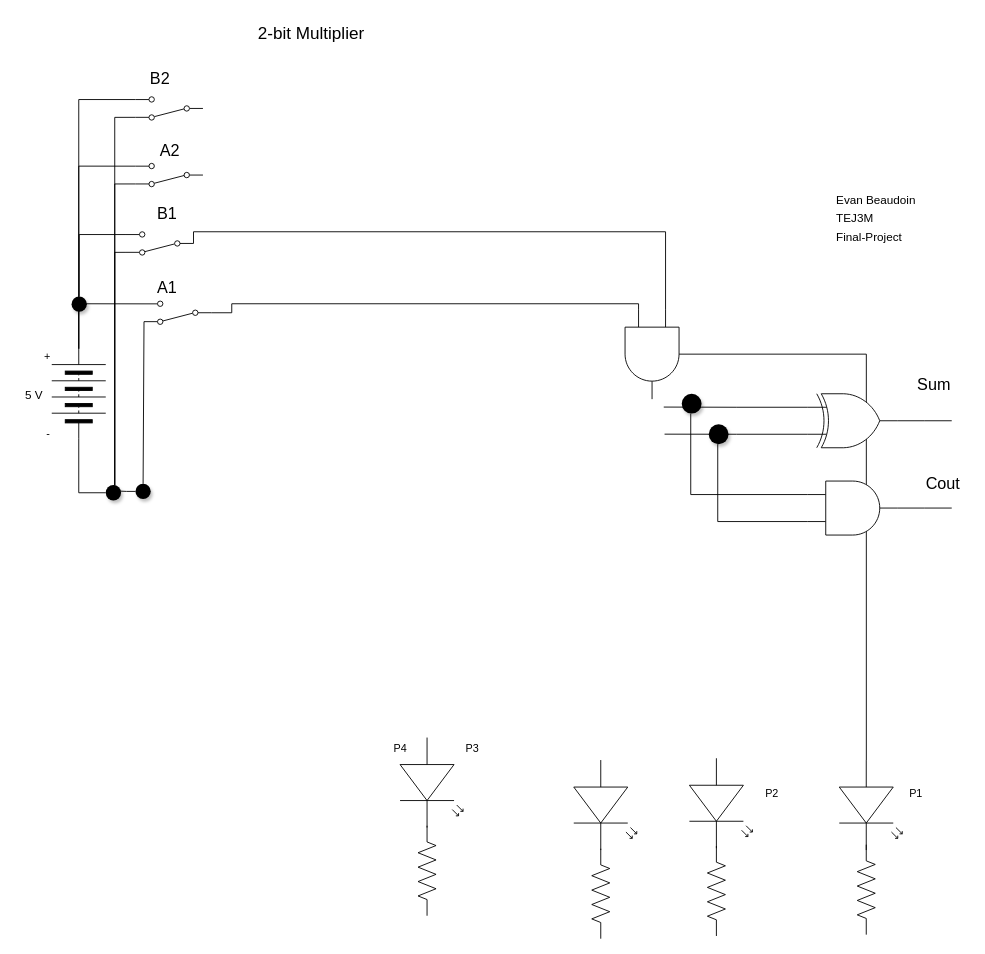
Earlier version of the draw.io diagram 2-bit/2-bit_multiplier.drawio (evan-beaudoin99/TEJ3M-Final-Project). Source tidied: cells renumbered, new cells numbered last; positions are measured from the earlier drawing's top-left corner, leaving out a move shared by most shapes. Both pictures are drawn from the tidied source at 90%, with x=0, y=0 at pixel (15, 15).
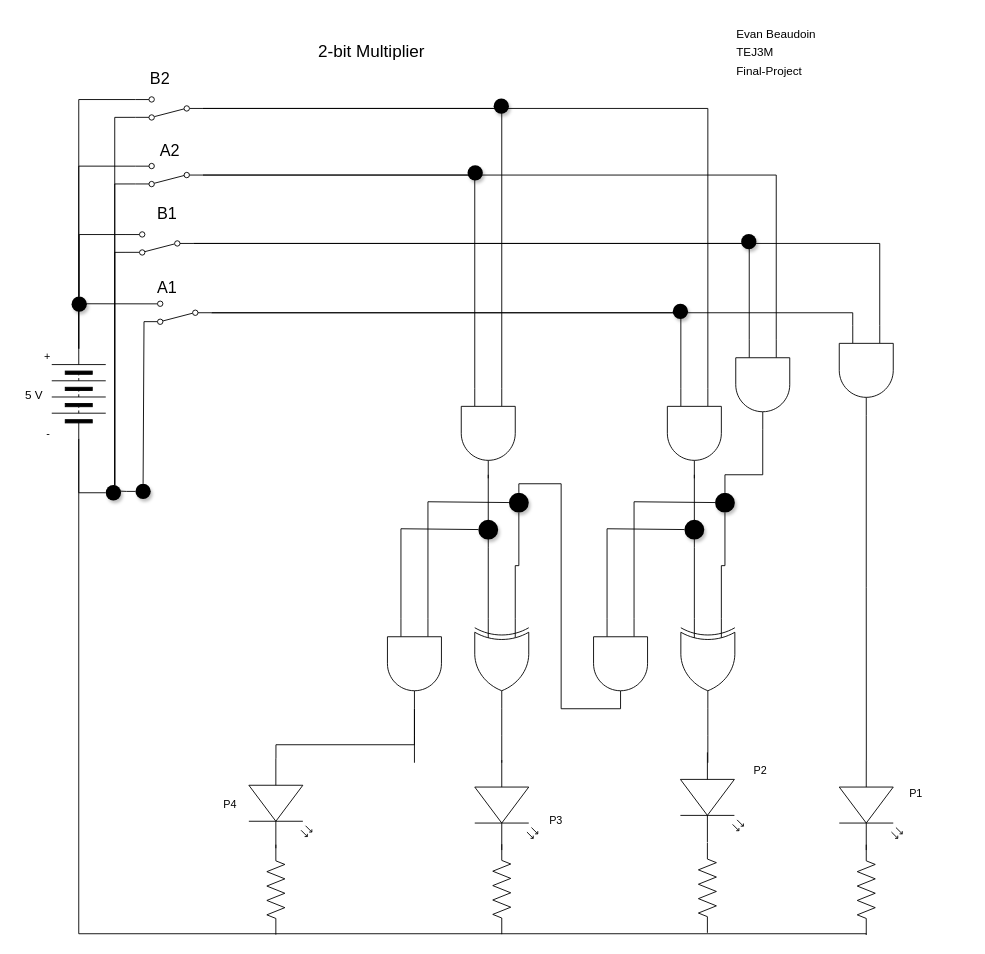
After the change.

Unchanged cells that the change refers to:
```xml
<mxCell id="5" style="verticalLabelPosition=bottom;shadow=0;dashed=0;align=center;html=1;verticalAlign=top;shape=mxgraph.electrical.miscellaneous.batteryStack;rotation=-90;" parent="1" vertex="1">
  <mxGeometry x="20" y="390" width="100" height="60" as="geometry" />
</mxCell>
<mxCell id="11" style="shape=mxgraph.electrical.electro-mechanical.twoWaySwitch;elSwitchState=2;rotation=-180;" parent="1" vertex="1">
  <mxGeometry x="142.5" y="317" width="75" height="26" as="geometry" />
</mxCell>
<mxCell id="19" style="shape=mxgraph.electrical.electro-mechanical.twoWaySwitch;elSwitchState=2;rotation=-180;" parent="1" vertex="1">
  <mxGeometry x="122.5" y="240" width="75" height="26" as="geometry" />
</mxCell>
<mxCell id="36" style="verticalLabelPosition=bottom;shadow=0;dashed=0;align=center;html=1;verticalAlign=top;shape=mxgraph.electrical.resistors.resistor_2;rotation=-90;" parent="1" vertex="1">
  <mxGeometry x="895" y="961" width="100" height="20" as="geometry" />
</mxCell>
<mxCell id="41" style="shape=mxgraph.electrical.electro-mechanical.twoWaySwitch;elSwitchState=2;rotation=-180;" parent="1" vertex="1">
  <mxGeometry x="133" y="164" width="75" height="26" as="geometry" />
</mxCell>
<mxCell id="42" style="shape=mxgraph.electrical.electro-mechanical.twoWaySwitch;elSwitchState=2;rotation=-180;" parent="1" vertex="1">
  <mxGeometry x="133" y="90" width="75" height="26" as="geometry" />
</mxCell>
```

Diff of the diagram source:
```diff
@@
     <mxCell id="8" style="verticalLabelPosition=bottom;shadow=0;dashed=0;align=center;html=1;verticalAlign=top;shape=mxgraph.electrical.opto_electronics.led_2;fontFamily=Helvetica;fontSize=11;fontColor=default;rotation=90;" parent="1" vertex="1">
-      <mxGeometry x="412" y="817" width="100" height="70" as="geometry" />
+      <mxGeometry x="244" y="840" width="100" height="70" as="geometry" />
     </mxCell>
     <mxCell id="9" value="&lt;font style=&quot;font-size: 13px;&quot;&gt;Evan Beaudoin&lt;br style=&quot;&quot;&gt;TEJ3M&lt;br&gt;Final-Project&lt;/font&gt;" style="text;html=1;align=left;verticalAlign=middle;strokeColor=none;fillColor=none;fontSize=17;fontFamily=Helvetica;fontColor=default;" parent="1" vertex="1">
-      <mxGeometry x="910" y="190" width="110" height="70" as="geometry" />
+      <mxGeometry x="799" y="5" width="110" height="70" as="geometry" />
     </mxCell>
@@
     <mxCell id="12" value="2-bit Multiplier" style="text;html=1;align=center;verticalAlign=middle;strokeColor=none;fillColor=none;fontSize=19;" parent="1" vertex="1">
-      <mxGeometry x="258" width="140" height="40" as="geometry" />
+      <mxGeometry x="325" y="20" width="140" height="40" as="geometry" />
     </mxCell>
@@
     <mxCell id="17" style="verticalLabelPosition=bottom;shadow=0;dashed=0;align=center;html=1;verticalAlign=top;shape=mxgraph.electrical.resistors.resistor_2;rotation=-90;" parent="1" vertex="1">
-      <mxGeometry x="407" y="940" width="100" height="20" as="geometry" />
+      <mxGeometry x="239" y="961" width="100" height="20" as="geometry" />
     </mxCell>
@@
     <mxCell id="27" style="edgeStyle=orthogonalEdgeStyle;rounded=0;html=1;exitX=0;exitY=0.75;exitDx=0;exitDy=0;exitPerimeter=0;entryX=0;entryY=0.5;entryDx=0;entryDy=0;endArrow=none;endFill=0;" parent="1" edge="1" source="29" target="11">
       <mxGeometry relative="1" as="geometry">
         <Array as="points">
-          <mxPoint x="692" y="320" />
-          <mxPoint x="240" y="320" />
-          <mxPoint x="240" y="330" />
+          <mxPoint x="930" y="330" />
         </Array>
       </mxGeometry>
     </mxCell>
     <mxCell id="28" style="edgeStyle=orthogonalEdgeStyle;rounded=0;html=1;exitX=0;exitY=0.25;exitDx=0;exitDy=0;exitPerimeter=0;entryX=0;entryY=0.5;entryDx=0;entryDy=0;endArrow=none;endFill=0;" parent="1" edge="1" source="29" target="19">
       <mxGeometry relative="1" as="geometry">
         <Array as="points">
-          <mxPoint x="722" y="240" />
-          <mxPoint x="197" y="240" />
+          <mxPoint x="960" y="253" />
         </Array>
       </mxGeometry>
     </mxCell>
     <mxCell id="29" style="verticalLabelPosition=bottom;shadow=0;dashed=0;align=center;html=1;verticalAlign=top;shape=mxgraph.electrical.logic_gates.logic_gate;operation=and;rotation=90;" parent="1" vertex="1">
-      <mxGeometry x="657" y="346" width="100" height="60" as="geometry" />
+      <mxGeometry x="895" y="364" width="100" height="60" as="geometry" />
     </mxCell>
     <mxCell id="30" value="P4" style="text;html=1;align=center;verticalAlign=middle;strokeColor=none;fillColor=none;" parent="1" vertex="1">
-      <mxGeometry x="407" y="800" width="40" height="30" as="geometry" />
+      <mxGeometry x="217.5" y="862" width="40" height="30" as="geometry" />
     </mxCell>
     <mxCell id="31" style="verticalLabelPosition=bottom;shadow=0;dashed=0;align=center;html=1;verticalAlign=top;shape=mxgraph.electrical.opto_electronics.led_2;fontFamily=Helvetica;fontSize=11;fontColor=default;rotation=90;" parent="1" vertex="1">
-      <mxGeometry x="605" y="842" width="100" height="70" as="geometry" />
+      <mxGeometry x="495" y="842" width="100" height="70" as="geometry" />
     </mxCell>
     <mxCell id="32" style="verticalLabelPosition=bottom;shadow=0;dashed=0;align=center;html=1;verticalAlign=top;shape=mxgraph.electrical.resistors.resistor_2;rotation=-90;" parent="1" vertex="1">
-      <mxGeometry x="600" y="965.5" width="100" height="20" as="geometry" />
+      <mxGeometry x="490" y="960.5" width="100" height="20" as="geometry" />
     </mxCell>
     <mxCell id="33" style="verticalLabelPosition=bottom;shadow=0;dashed=0;align=center;html=1;verticalAlign=top;shape=mxgraph.electrical.opto_electronics.led_2;fontFamily=Helvetica;fontSize=11;fontColor=default;rotation=90;" parent="1" vertex="1">
-      <mxGeometry x="733.5" y="840" width="100" height="70" as="geometry" />
+      <mxGeometry x="723.5" y="833.5" width="100" height="70" as="geometry" />
     </mxCell>
+    <mxCell id="57" style="edgeStyle=none;html=1;" parent="1" edge="1" source="34" target="33">
+      <mxGeometry relative="1" as="geometry" />
+    </mxCell>
     <mxCell id="34" style="verticalLabelPosition=bottom;shadow=0;dashed=0;align=center;html=1;verticalAlign=top;shape=mxgraph.electrical.resistors.resistor_2;rotation=-90;" parent="1" vertex="1">
-      <mxGeometry x="728.5" y="962.5" width="100" height="20" as="geometry" />
+      <mxGeometry x="718.5" y="959" width="100" height="20" as="geometry" />
     </mxCell>
@@
+    <mxCell id="58" style="edgeStyle=orthogonalEdgeStyle;rounded=0;html=1;entryX=0;entryY=0.5;entryDx=0;entryDy=0;endArrow=none;endFill=0;" parent="1" edge="1" source="36" target="5">
+      <mxGeometry relative="1" as="geometry">
+        <Array as="points">
+          <mxPoint x="945" y="1020" />
+          <mxPoint x="70" y="1020" />
+        </Array>
+      </mxGeometry>
+    </mxCell>
@@
     <mxCell id="37" value="P3" style="text;html=1;align=center;verticalAlign=middle;strokeColor=none;fillColor=none;" parent="1" vertex="1">
-      <mxGeometry x="487" y="800" width="40" height="30" as="geometry" />
+      <mxGeometry x="580" y="880" width="40" height="30" as="geometry" />
     </mxCell>
     <mxCell id="38" value="P2" style="text;html=1;align=center;verticalAlign=middle;strokeColor=none;fillColor=none;" parent="1" vertex="1">
-      <mxGeometry x="820" y="850" width="40" height="30" as="geometry" />
+      <mxGeometry x="807" y="824" width="40" height="30" as="geometry" />
     </mxCell>
@@
+    <mxCell id="59" style="edgeStyle=orthogonalEdgeStyle;html=1;entryX=0;entryY=0.57;entryDx=0;entryDy=0;entryPerimeter=0;rounded=0;endArrow=none;endFill=0;" parent="1" edge="1" source="75" target="8">
+      <mxGeometry relative="1" as="geometry">
+        <Array as="points">
+          <mxPoint x="443" y="810" />
+          <mxPoint x="290" y="810" />
+          <mxPoint x="290" y="825" />
+        </Array>
+      </mxGeometry>
+    </mxCell>
+    <mxCell id="60" style="edgeStyle=orthogonalEdgeStyle;rounded=0;html=1;exitX=0;exitY=0.75;exitDx=0;exitDy=0;exitPerimeter=0;entryX=0;entryY=0.5;entryDx=0;entryDy=0;endArrow=none;endFill=0;" parent="1" edge="1" source="62" target="11">
+      <mxGeometry relative="1" as="geometry" />
+    </mxCell>
+    <mxCell id="61" style="edgeStyle=orthogonalEdgeStyle;rounded=0;html=1;exitX=0;exitY=0.25;exitDx=0;exitDy=0;exitPerimeter=0;entryX=0;entryY=0.5;entryDx=0;entryDy=0;endArrow=none;endFill=0;" parent="1" edge="1" source="62" target="42">
+      <mxGeometry relative="1" as="geometry" />
+    </mxCell>
+    <mxCell id="62" style="verticalLabelPosition=bottom;shadow=0;dashed=0;align=center;html=1;verticalAlign=top;shape=mxgraph.electrical.logic_gates.logic_gate;operation=and;rotation=90;" parent="1" vertex="1">
+      <mxGeometry x="704" y="434" width="100" height="60" as="geometry" />
+    </mxCell>
+    <mxCell id="63" style="edgeStyle=orthogonalEdgeStyle;rounded=0;html=1;exitX=0;exitY=0.75;exitDx=0;exitDy=0;exitPerimeter=0;entryX=0;entryY=0.5;entryDx=0;entryDy=0;endArrow=none;endFill=0;" parent="1" edge="1" source="65" target="41">
+      <mxGeometry relative="1" as="geometry" />
+    </mxCell>
+    <mxCell id="64" style="edgeStyle=orthogonalEdgeStyle;rounded=0;html=1;exitX=0;exitY=0.25;exitDx=0;exitDy=0;exitPerimeter=0;entryX=0;entryY=0.5;entryDx=0;entryDy=0;endArrow=none;endFill=0;" parent="1" edge="1" source="65" target="42">
+      <mxGeometry relative="1" as="geometry" />
+    </mxCell>
+    <mxCell id="65" style="verticalLabelPosition=bottom;shadow=0;dashed=0;align=center;html=1;verticalAlign=top;shape=mxgraph.electrical.logic_gates.logic_gate;operation=and;rotation=90;" parent="1" vertex="1">
+      <mxGeometry x="475" y="434" width="100" height="60" as="geometry" />
+    </mxCell>
+    <mxCell id="66" style="edgeStyle=orthogonalEdgeStyle;rounded=0;html=1;exitX=1;exitY=0.5;exitDx=0;exitDy=0;exitPerimeter=0;entryX=0;entryY=0.5;entryDx=0;entryDy=0;endArrow=none;endFill=0;" parent="1" edge="1" source="69" target="53">
+      <mxGeometry relative="1" as="geometry">
+        <Array as="points">
+          <mxPoint x="830" y="510" />
+          <mxPoint x="788" y="510" />
+        </Array>
+      </mxGeometry>
+    </mxCell>
+    <mxCell id="67" style="edgeStyle=orthogonalEdgeStyle;rounded=0;html=1;exitX=0;exitY=0.75;exitDx=0;exitDy=0;exitPerimeter=0;endArrow=none;endFill=0;entryX=0;entryY=0.5;entryDx=0;entryDy=0;" parent="1" edge="1" source="69" target="19">
+      <mxGeometry relative="1" as="geometry" />
+    </mxCell>
+    <mxCell id="68" style="edgeStyle=orthogonalEdgeStyle;rounded=0;html=1;exitX=0;exitY=0.25;exitDx=0;exitDy=0;exitPerimeter=0;entryX=0;entryY=0.5;entryDx=0;entryDy=0;endArrow=none;endFill=0;" parent="1" edge="1" source="69" target="41">
+      <mxGeometry relative="1" as="geometry" />
+    </mxCell>
+    <mxCell id="69" style="verticalLabelPosition=bottom;shadow=0;dashed=0;align=center;html=1;verticalAlign=top;shape=mxgraph.electrical.logic_gates.logic_gate;operation=and;rotation=90;" parent="1" vertex="1">
+      <mxGeometry x="780" y="380" width="100" height="60" as="geometry" />
+    </mxCell>
     <mxCell id="45" style="edgeStyle=orthogonalEdgeStyle;rounded=0;html=1;fontSize=18;endArrow=none;endFill=0;" parent="1" edge="1" source="47">
       <mxGeometry relative="1" as="geometry">
-        <mxPoint x="1040" y="450" as="targetPoint" />
+        <mxPoint x="769" y="830" as="targetPoint" />
       </mxGeometry>
     </mxCell>
-    <mxCell id="46" style="edgeStyle=orthogonalEdgeStyle;rounded=0;html=1;exitX=0;exitY=0.25;exitDx=0;exitDy=0;exitPerimeter=0;fontSize=18;endArrow=none;endFill=0;" parent="1" edge="1" source="47">
-      <mxGeometry relative="1" as="geometry">
-        <mxPoint x="720" y="434.8" as="targetPoint" />
-      </mxGeometry>
-    </mxCell>
-    <mxCell id="47" style="verticalLabelPosition=bottom;shadow=0;dashed=0;align=center;html=1;verticalAlign=top;shape=mxgraph.electrical.logic_gates.logic_gate;operation=xor;fontSize=18;" parent="1" vertex="1">
-      <mxGeometry x="880" y="420" width="100" height="60" as="geometry" />
+    <mxCell id="47" style="verticalLabelPosition=bottom;shadow=0;dashed=0;align=center;html=1;verticalAlign=top;shape=mxgraph.electrical.logic_gates.logic_gate;operation=xor;fontSize=18;rotation=90;" parent="1" vertex="1">
+      <mxGeometry x="719" y="690" width="100" height="60" as="geometry" />
     </mxCell>
-    <mxCell id="48" style="edgeStyle=orthogonalEdgeStyle;rounded=0;html=1;fontSize=18;endArrow=none;endFill=0;" parent="1" edge="1" source="49">
-      <mxGeometry relative="1" as="geometry">
-        <mxPoint x="1040" y="547" as="targetPoint" />
-      </mxGeometry>
-    </mxCell>
+    <mxCell id="70" style="edgeStyle=orthogonalEdgeStyle;rounded=0;html=1;entryX=0;entryY=0.5;entryDx=0;entryDy=0;endArrow=none;endFill=0;" parent="1" edge="1" source="49" target="78">
+      <mxGeometry relative="1" as="geometry">
+        <Array as="points">
+          <mxPoint x="606" y="770" />
+          <mxPoint x="606" y="520" />
+          <mxPoint x="559" y="520" />
+        </Array>
+      </mxGeometry>
+    </mxCell>
-    <mxCell id="49" style="verticalLabelPosition=bottom;shadow=0;dashed=0;align=center;html=1;verticalAlign=top;shape=mxgraph.electrical.logic_gates.logic_gate;operation=and;fontSize=18;" parent="1" vertex="1">
-      <mxGeometry x="880" y="517" width="100" height="60" as="geometry" />
+    <mxCell id="49" style="verticalLabelPosition=bottom;shadow=0;dashed=0;align=center;html=1;verticalAlign=top;shape=mxgraph.electrical.logic_gates.logic_gate;operation=and;fontSize=18;rotation=90;" parent="1" vertex="1">
+      <mxGeometry x="622" y="690" width="100" height="60" as="geometry" />
     </mxCell>
-    <mxCell id="50" value="Sum" style="text;html=1;align=center;verticalAlign=middle;strokeColor=none;fillColor=none;fontSize=18;" parent="1" vertex="1">
-      <mxGeometry x="990" y="390" width="60" height="40" as="geometry" />
-    </mxCell>
-    <mxCell id="51" value="Cout" style="text;html=1;align=center;verticalAlign=middle;strokeColor=none;fillColor=none;fontSize=18;" parent="1" vertex="1">
-      <mxGeometry x="1000" y="500" width="60" height="40" as="geometry" />
-    </mxCell>
     <mxCell id="52" style="edgeStyle=orthogonalEdgeStyle;rounded=0;html=1;entryX=0;entryY=0.25;entryDx=0;entryDy=0;entryPerimeter=0;fontSize=18;endArrow=none;endFill=0;" parent="1" edge="1" source="53" target="49">
       <mxGeometry relative="1" as="geometry">
         <Array as="points">
-          <mxPoint x="750" y="532" />
+          <mxPoint x="687" y="540" />
         </Array>
       </mxGeometry>
     </mxCell>
+    <mxCell id="71" style="edgeStyle=orthogonalEdgeStyle;rounded=0;html=1;entryX=0;entryY=0.25;entryDx=0;entryDy=0;entryPerimeter=0;endArrow=none;endFill=0;" parent="1" edge="1" source="53" target="47">
+      <mxGeometry relative="1" as="geometry" />
+    </mxCell>
-    <mxCell id="53" style="ellipse;whiteSpace=wrap;html=1;fontFamily=Helvetica;fontSize=11;fillColor=#000000;fontColor=#ffffff;strokeColor=none;fillStyle=solid;shadow=1;" parent="1" vertex="1">
-      <mxGeometry x="740" y="420" width="22" height="22" as="geometry" />
+    <mxCell id="53" style="ellipse;whiteSpace=wrap;html=1;fontFamily=Helvetica;fontSize=11;fillColor=#000000;fontColor=#ffffff;strokeColor=none;fillStyle=solid;shadow=1;rotation=90;" parent="1" vertex="1">
+      <mxGeometry x="777" y="530" width="22" height="22" as="geometry" />
     </mxCell>
     <mxCell id="54" style="edgeStyle=orthogonalEdgeStyle;rounded=0;html=1;exitX=0;exitY=0.75;exitDx=0;exitDy=0;exitPerimeter=0;fontSize=18;endArrow=none;endFill=0;entryX=1.022;entryY=0.498;entryDx=0;entryDy=0;entryPerimeter=0;" parent="1" edge="1" source="47">
       <mxGeometry relative="1" as="geometry">
-        <mxPoint x="720.9" y="464.9" as="targetPoint" />
+        <mxPoint x="754" y="510" as="targetPoint" />
       </mxGeometry>
     </mxCell>
     <mxCell id="55" style="edgeStyle=orthogonalEdgeStyle;rounded=0;html=1;entryX=0;entryY=0.75;entryDx=0;entryDy=0;entryPerimeter=0;fontSize=18;endArrow=none;endFill=0;" parent="1" edge="1" source="56" target="49">
       <mxGeometry relative="1" as="geometry">
         <Array as="points">
-          <mxPoint x="780" y="562" />
+          <mxPoint x="657" y="570" />
         </Array>
       </mxGeometry>
     </mxCell>
-    <mxCell id="56" style="ellipse;whiteSpace=wrap;html=1;fontFamily=Helvetica;fontSize=11;fillColor=#000000;fontColor=#ffffff;strokeColor=none;fillStyle=solid;shadow=1;" parent="1" vertex="1">
-      <mxGeometry x="770" y="454" width="22" height="22" as="geometry" />
+    <mxCell id="56" style="ellipse;whiteSpace=wrap;html=1;fontFamily=Helvetica;fontSize=11;fillColor=#000000;fontColor=#ffffff;strokeColor=none;fillStyle=solid;shadow=1;rotation=90;" parent="1" vertex="1">
+      <mxGeometry x="743" y="560" width="22" height="22" as="geometry" />
     </mxCell>
+    <mxCell id="72" style="edgeStyle=orthogonalEdgeStyle;rounded=0;html=1;fontSize=18;endArrow=none;endFill=0;" parent="1" edge="1" source="73">
+      <mxGeometry relative="1" as="geometry">
+        <mxPoint x="540" y="830" as="targetPoint" />
+      </mxGeometry>
+    </mxCell>
+    <mxCell id="73" style="verticalLabelPosition=bottom;shadow=0;dashed=0;align=center;html=1;verticalAlign=top;shape=mxgraph.electrical.logic_gates.logic_gate;operation=xor;fontSize=18;rotation=90;" parent="1" vertex="1">
+      <mxGeometry x="490" y="690" width="100" height="60" as="geometry" />
+    </mxCell>
+    <mxCell id="74" style="edgeStyle=orthogonalEdgeStyle;rounded=0;html=1;fontSize=18;endArrow=none;endFill=0;" parent="1" edge="1" source="75">
+      <mxGeometry relative="1" as="geometry">
+        <mxPoint x="443" y="830" as="targetPoint" />
+      </mxGeometry>
+    </mxCell>
+    <mxCell id="75" style="verticalLabelPosition=bottom;shadow=0;dashed=0;align=center;html=1;verticalAlign=top;shape=mxgraph.electrical.logic_gates.logic_gate;operation=and;fontSize=18;rotation=90;" parent="1" vertex="1">
+      <mxGeometry x="393" y="690" width="100" height="60" as="geometry" />
+    </mxCell>
+    <mxCell id="76" style="edgeStyle=orthogonalEdgeStyle;rounded=0;html=1;entryX=0;entryY=0.25;entryDx=0;entryDy=0;entryPerimeter=0;fontSize=18;endArrow=none;endFill=0;" parent="1" edge="1" source="78" target="75">
+      <mxGeometry relative="1" as="geometry">
+        <Array as="points">
+          <mxPoint x="458" y="540" />
+        </Array>
+      </mxGeometry>
+    </mxCell>
+    <mxCell id="77" style="edgeStyle=orthogonalEdgeStyle;rounded=0;html=1;entryX=0;entryY=0.25;entryDx=0;entryDy=0;entryPerimeter=0;endArrow=none;endFill=0;" parent="1" edge="1" source="78" target="73">
+      <mxGeometry relative="1" as="geometry" />
+    </mxCell>
+    <mxCell id="78" style="ellipse;whiteSpace=wrap;html=1;fontFamily=Helvetica;fontSize=11;fillColor=#000000;fontColor=#ffffff;strokeColor=none;fillStyle=solid;shadow=1;rotation=90;" parent="1" vertex="1">
+      <mxGeometry x="548" y="530" width="22" height="22" as="geometry" />
+    </mxCell>
+    <mxCell id="79" style="edgeStyle=orthogonalEdgeStyle;rounded=0;html=1;exitX=0;exitY=0.75;exitDx=0;exitDy=0;exitPerimeter=0;fontSize=18;endArrow=none;endFill=0;entryX=1.022;entryY=0.498;entryDx=0;entryDy=0;entryPerimeter=0;" parent="1" edge="1" source="73">
+      <mxGeometry relative="1" as="geometry">
+        <mxPoint x="525" y="510" as="targetPoint" />
+      </mxGeometry>
+    </mxCell>
+    <mxCell id="80" style="edgeStyle=orthogonalEdgeStyle;rounded=0;html=1;entryX=0;entryY=0.75;entryDx=0;entryDy=0;entryPerimeter=0;fontSize=18;endArrow=none;endFill=0;" parent="1" edge="1" source="81" target="75">
+      <mxGeometry relative="1" as="geometry">
+        <Array as="points">
+          <mxPoint x="428" y="570" />
+        </Array>
+      </mxGeometry>
+    </mxCell>
+    <mxCell id="81" style="ellipse;whiteSpace=wrap;html=1;fontFamily=Helvetica;fontSize=11;fillColor=#000000;fontColor=#ffffff;strokeColor=none;fillStyle=solid;shadow=1;rotation=90;" parent="1" vertex="1">
+      <mxGeometry x="514" y="560" width="22" height="22" as="geometry" />
+    </mxCell>
+    <mxCell id="82" style="ellipse;whiteSpace=wrap;html=1;fontFamily=Helvetica;fontSize=11;fillColor=#000000;fontColor=#ffffff;strokeColor=none;fillStyle=solid;shadow=1;" parent="1" vertex="1">
+      <mxGeometry x="531" y="92" width="17" height="17" as="geometry" />
+    </mxCell>
+    <mxCell id="83" style="ellipse;whiteSpace=wrap;html=1;fontFamily=Helvetica;fontSize=11;fillColor=#000000;fontColor=#ffffff;strokeColor=none;fillStyle=solid;shadow=1;" parent="1" vertex="1">
+      <mxGeometry x="502" y="166" width="17" height="17" as="geometry" />
+    </mxCell>
+    <mxCell id="84" style="ellipse;whiteSpace=wrap;html=1;fontFamily=Helvetica;fontSize=11;fillColor=#000000;fontColor=#ffffff;strokeColor=none;fillStyle=solid;shadow=1;" parent="1" vertex="1">
+      <mxGeometry x="730" y="320" width="17" height="17" as="geometry" />
+    </mxCell>
+    <mxCell id="85" style="ellipse;whiteSpace=wrap;html=1;fontFamily=Helvetica;fontSize=11;fillColor=#000000;fontColor=#ffffff;strokeColor=none;fillStyle=solid;shadow=1;" parent="1" vertex="1">
+      <mxGeometry x="806" y="242.5" width="17" height="17" as="geometry" />
+    </mxCell>
```
